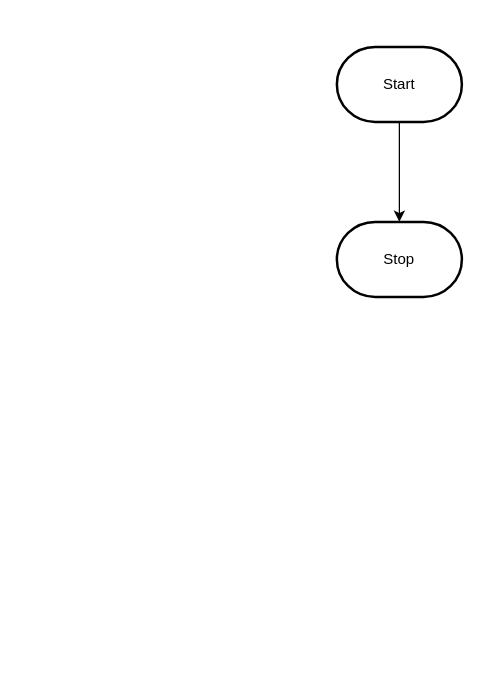
Earlier version of the draw.io diagram design/flowchart.drawio (MTHS-TEJ2O-1-2023/TEJ2O-Unit-2-08-daki-atahwalp-antango-boad). Source tidied: cells renumbered, new cells numbered last; positions are measured from the earlier drawing's top-left corner, leaving out a move shared by most shapes. Both pictures are drawn from the tidied source at 125%, with x=0, y=0 at pixel (336, 46).
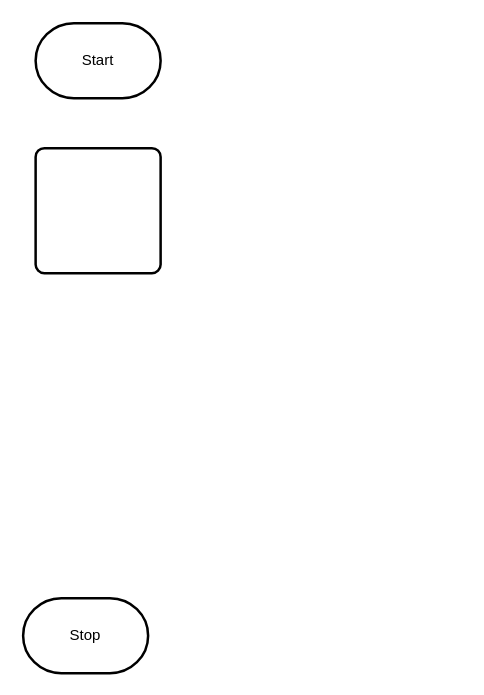
After the change.

The edit, as a diff of the source:
```diff
@@
 <mxGraphModel>
   <root>
     <mxCell id="0" />
     <mxCell id="1" parent="0" />
-    <mxCell id="2" style="edgeStyle=orthogonalEdgeStyle;html=1;rounded=0;" parent="1" edge="1" source="3" target="4">
-      <mxGeometry relative="1" as="geometry" />
-    </mxCell>
     <mxCell id="3" value="Start" style="strokeWidth=2;html=1;shape=mxgraph.flowchart.terminator;whiteSpace=wrap;" parent="1" vertex="1">
-      <mxGeometry width="100" height="60" as="geometry" />
+      <mxGeometry x="-241" y="-19" width="100" height="60" as="geometry" />
     </mxCell>
     <mxCell id="4" value="Stop" style="strokeWidth=2;html=1;shape=mxgraph.flowchart.terminator;whiteSpace=wrap;" parent="1" vertex="1">
-      <mxGeometry y="140" width="100" height="60" as="geometry" />
+      <mxGeometry x="-251" y="441" width="100" height="60" as="geometry" />
     </mxCell>
+    <mxCell id="2" style="rounded=1;whiteSpace=wrap;html=1;absoluteArcSize=1;arcSize=14;strokeWidth=2;" parent="1" vertex="1">
+      <mxGeometry x="-241" y="81" width="100" height="100" as="geometry" />
+    </mxCell>
   </root>
 </mxGraphModel>
```
